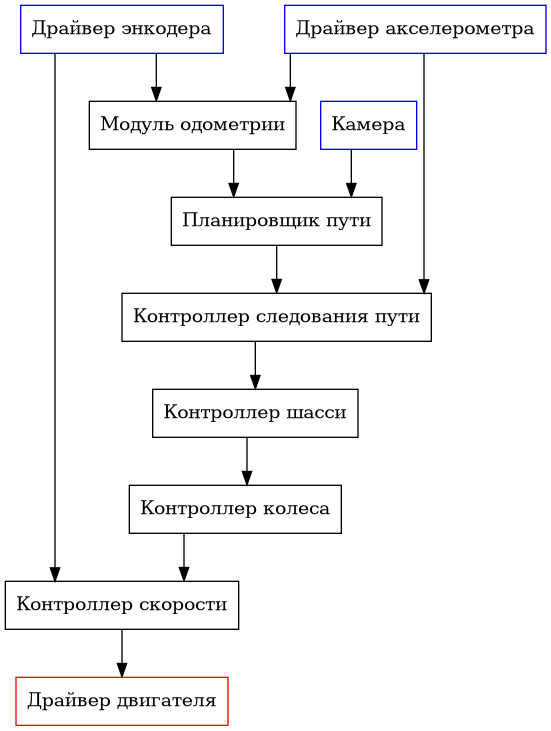
Above: doc/software.png in prostoiChelovek/qHandedCart (Graphviz), before the change. Its source is kept beside it as doc/software.dot.
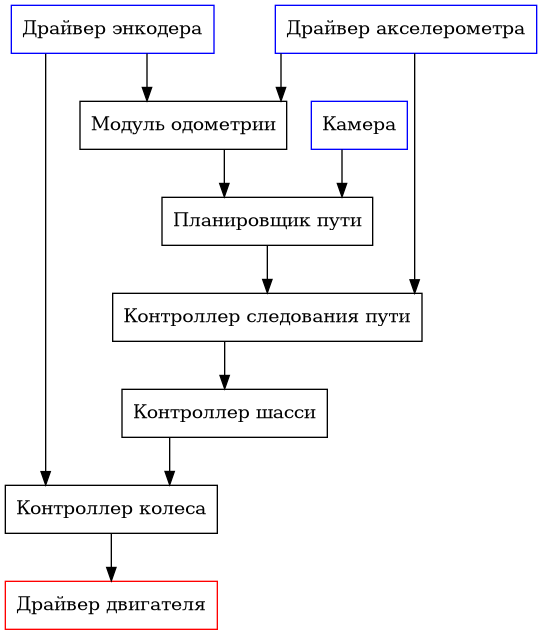
Later version of the same file.

Commit message:
remove redudant module on the graph

Diff of the diagram source:
```diff
@@ -12,8 +12,6 @@
 
     motor_driver [label = "Драйвер двигателя" color = red]
 
-    speed_controller [label = "Контроллер скорости"]
-
     wheel [label = "Контроллер колеса"]
     chassis [label = "Контроллер шасси"]
 
@@ -22,9 +20,8 @@
     path_planner [label = "Планировщик пути"]
     path_follower [label = "Контроллер следования пути"]
 
-    encoder_driver -> speed_controller
-    speed_controller -> motor_driver
-    wheel -> speed_controller
+    encoder_driver -> wheel
+    wheel -> motor_driver
 
     chassis -> wheel
 
```
